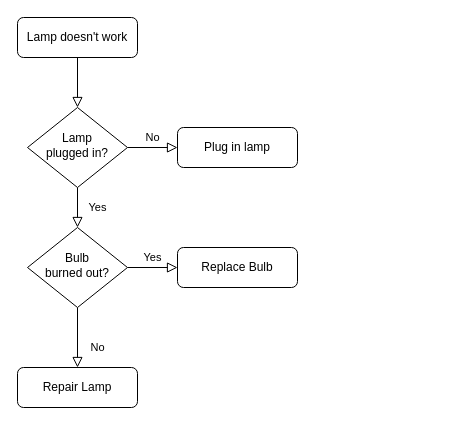
Above: my_thoughts.drawio in Magiferex/philosophy (draw.io), before the change. Source tidied: cells renumbered, new cells numbered last; positions are measured from the earlier drawing's top-left corner, leaving out a move shared by most shapes. Both pictures are drawn from the tidied source at 100%, with x=0, y=0 at pixel (17, 17).
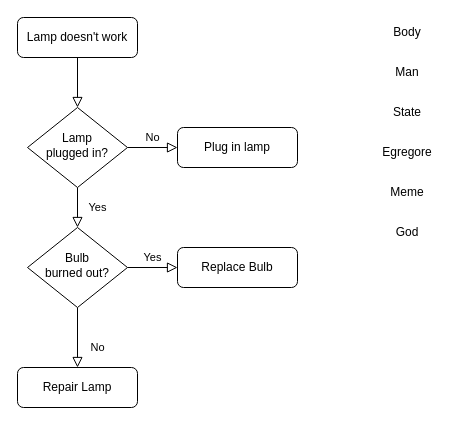
The same page after the edit.

What changed in the source:
```diff
@@
 <mxGraphModel>
   <root>
     <mxCell id="0" />
     <mxCell id="1" parent="0" />
     <mxCell id="2" style="rounded=0;html=1;jettySize=auto;fontSize=11;endArrow=block;endFill=0;endSize=8;strokeWidth=1;shadow=0;labelBackgroundColor=none;edgeStyle=orthogonalEdgeStyle;" parent="1" edge="1" source="3" target="6">
       <mxGeometry relative="1" as="geometry" />
     </mxCell>
     <mxCell id="3" value="Lamp doesn't work" style="rounded=1;whiteSpace=wrap;html=1;fontSize=12;glass=0;strokeWidth=1;shadow=0;" parent="1" vertex="1">
       <mxGeometry width="120" height="40" as="geometry" />
     </mxCell>
     <mxCell id="4" value="Yes" style="rounded=0;html=1;jettySize=auto;fontSize=11;endArrow=block;endFill=0;endSize=8;strokeWidth=1;shadow=0;labelBackgroundColor=none;edgeStyle=orthogonalEdgeStyle;" parent="1" edge="1" source="6" target="10">
       <mxGeometry y="20" relative="1" as="geometry" />
     </mxCell>
     <mxCell id="5" value="No" style="edgeStyle=orthogonalEdgeStyle;rounded=0;html=1;jettySize=auto;fontSize=11;endArrow=block;endFill=0;endSize=8;strokeWidth=1;shadow=0;labelBackgroundColor=none;" parent="1" edge="1" source="6" target="7">
       <mxGeometry y="10" relative="1" as="geometry" />
     </mxCell>
     <mxCell id="6" value="Lamp&lt;br&gt;plugged in?" style="rhombus;whiteSpace=wrap;html=1;shadow=0;fontFamily=Helvetica;fontSize=12;align=center;strokeWidth=1;spacing=6;spacingTop=-4;" parent="1" vertex="1">
       <mxGeometry x="10" y="90" width="100" height="80" as="geometry" />
     </mxCell>
     <mxCell id="7" value="Plug in lamp" style="rounded=1;whiteSpace=wrap;html=1;fontSize=12;glass=0;strokeWidth=1;shadow=0;" parent="1" vertex="1">
       <mxGeometry x="160" y="110" width="120" height="40" as="geometry" />
     </mxCell>
     <mxCell id="8" value="No" style="rounded=0;html=1;jettySize=auto;fontSize=11;endArrow=block;endFill=0;endSize=8;strokeWidth=1;shadow=0;labelBackgroundColor=none;edgeStyle=orthogonalEdgeStyle;" parent="1" edge="1" source="10" target="11">
       <mxGeometry x="0.33" y="20" relative="1" as="geometry" />
     </mxCell>
     <mxCell id="9" value="Yes" style="edgeStyle=orthogonalEdgeStyle;rounded=0;html=1;jettySize=auto;fontSize=11;endArrow=block;endFill=0;endSize=8;strokeWidth=1;shadow=0;labelBackgroundColor=none;" parent="1" edge="1" source="10" target="12">
       <mxGeometry y="10" relative="1" as="geometry" />
     </mxCell>
     <mxCell id="10" value="Bulb&lt;br&gt;burned out?" style="rhombus;whiteSpace=wrap;html=1;shadow=0;fontFamily=Helvetica;fontSize=12;align=center;strokeWidth=1;spacing=6;spacingTop=-4;" parent="1" vertex="1">
       <mxGeometry x="10" y="210" width="100" height="80" as="geometry" />
     </mxCell>
     <mxCell id="11" value="Repair Lamp" style="rounded=1;whiteSpace=wrap;html=1;fontSize=12;glass=0;strokeWidth=1;shadow=0;" parent="1" vertex="1">
       <mxGeometry y="350" width="120" height="40" as="geometry" />
     </mxCell>
     <mxCell id="12" value="Replace Bulb" style="rounded=1;whiteSpace=wrap;html=1;fontSize=12;glass=0;strokeWidth=1;shadow=0;" parent="1" vertex="1">
       <mxGeometry x="160" y="230" width="120" height="40" as="geometry" />
     </mxCell>
+    <mxCell id="13" value="Body" style="text;html=1;strokeColor=none;fillColor=none;align=center;verticalAlign=middle;whiteSpace=wrap;rounded=0;" parent="1" vertex="1">
+      <mxGeometry x="360" width="60" height="30" as="geometry" />
+    </mxCell>
+    <mxCell id="14" value="Man" style="text;html=1;strokeColor=none;fillColor=none;align=center;verticalAlign=middle;whiteSpace=wrap;rounded=0;" parent="1" vertex="1">
+      <mxGeometry x="360" y="40" width="60" height="30" as="geometry" />
+    </mxCell>
+    <mxCell id="15" value="State" style="text;html=1;strokeColor=none;fillColor=none;align=center;verticalAlign=middle;whiteSpace=wrap;rounded=0;" parent="1" vertex="1">
+      <mxGeometry x="360" y="80" width="60" height="30" as="geometry" />
+    </mxCell>
+    <mxCell id="16" value="Egregore" style="text;html=1;strokeColor=none;fillColor=none;align=center;verticalAlign=middle;whiteSpace=wrap;rounded=0;" parent="1" vertex="1">
+      <mxGeometry x="360" y="120" width="60" height="30" as="geometry" />
+    </mxCell>
+    <mxCell id="17" value="Meme" style="text;html=1;strokeColor=none;fillColor=none;align=center;verticalAlign=middle;whiteSpace=wrap;rounded=0;" parent="1" vertex="1">
+      <mxGeometry x="360" y="160" width="60" height="30" as="geometry" />
+    </mxCell>
+    <mxCell id="18" value="God" style="text;html=1;strokeColor=none;fillColor=none;align=center;verticalAlign=middle;whiteSpace=wrap;rounded=0;" parent="1" vertex="1">
+      <mxGeometry x="360" y="200" width="60" height="30" as="geometry" />
+    </mxCell>
   </root>
 </mxGraphModel>
```
